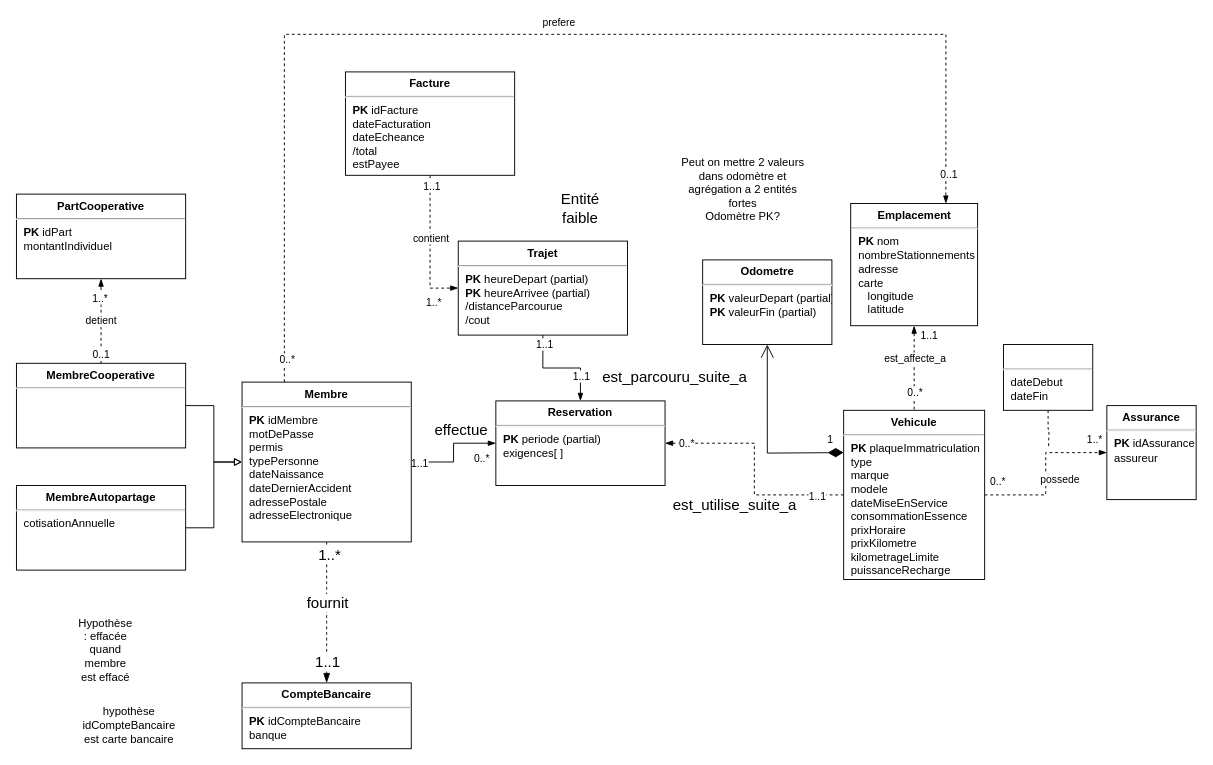
Before: page "Juliette" (2 of 2) of TP4.drawio in lyg2/Reservation-SQL, a draw.io diagram. Source tidied: cells renumbered, new cells numbered last; positions are measured from the earlier drawing's top-left corner, leaving out a move shared by most shapes. Both pictures are drawn from the tidied source at 94%, with x=0, y=0 at pixel (16, 34).
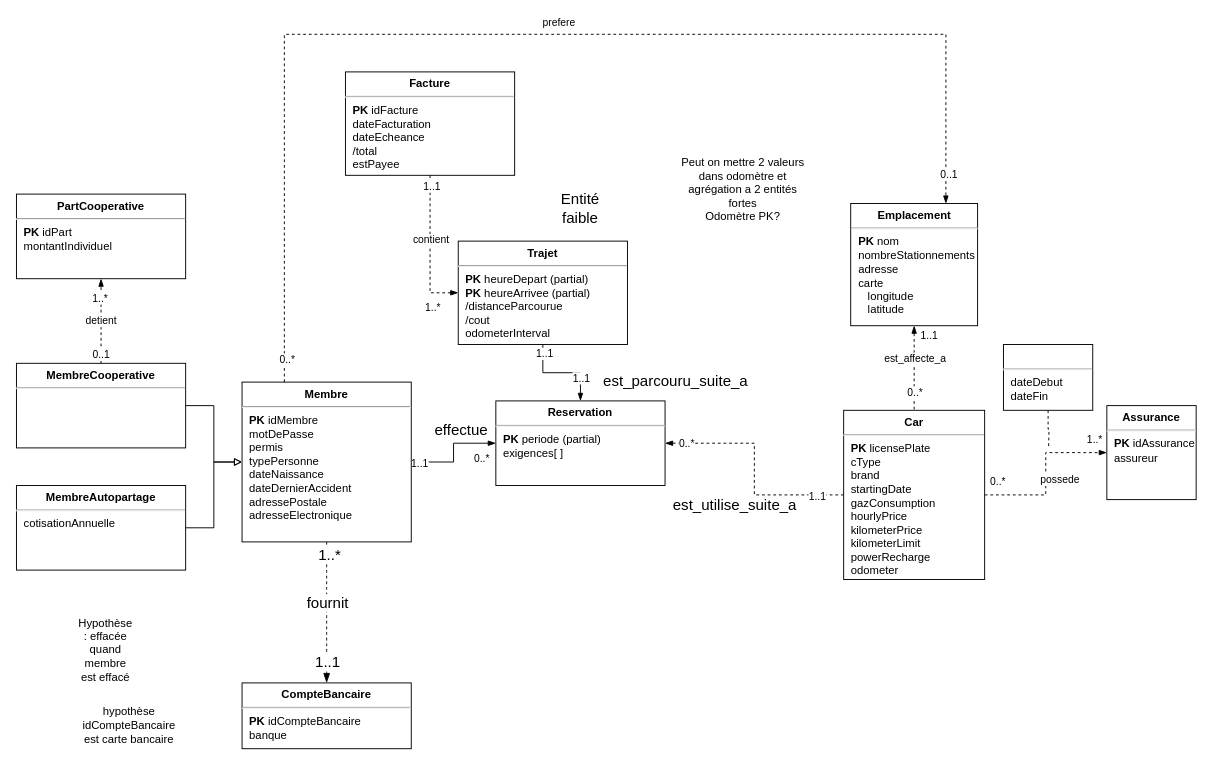
After the change.

Commit message:
Mettre à jour TP4.drawio

Diff of the diagram source:
```diff
@@
-    <mxCell id="5" value="&lt;p style=&quot;margin:0px;margin-top:6px;text-align:center;&quot;&gt;&lt;b&gt;Ve&lt;/b&gt;&lt;b style=&quot;background-color: initial;&quot;&gt;hicule&lt;/b&gt;&lt;/p&gt;&lt;hr&gt;&lt;p style=&quot;margin:0px;margin-left:8px;&quot;&gt;&lt;b&gt;PK&lt;/b&gt; plaqueImmatriculation&lt;/p&gt;&lt;p style=&quot;border-color: var(--border-color); margin: 0px 0px 0px 8px;&quot;&gt;type&lt;/p&gt;&lt;p style=&quot;border-color: var(--border-color); margin: 0px 0px 0px 8px;&quot;&gt;marque&lt;br style=&quot;border-color: var(--border-color);&quot;&gt;&lt;/p&gt;&lt;p style=&quot;border-color: var(--border-color); margin: 0px 0px 0px 8px;&quot;&gt;modele&lt;/p&gt;&lt;p style=&quot;margin:0px;margin-left:8px;&quot;&gt;dateMiseEnService&lt;/p&gt;&lt;p style=&quot;margin:0px;margin-left:8px;&quot;&gt;consommationEssence&lt;/p&gt;&lt;p style=&quot;margin:0px;margin-left:8px;&quot;&gt;prixHoraire&lt;/p&gt;&lt;p style=&quot;margin:0px;margin-left:8px;&quot;&gt;prixKilometre&lt;/p&gt;&lt;p style=&quot;margin:0px;margin-left:8px;&quot;&gt;kilometrageLimite&lt;/p&gt;&lt;p style=&quot;margin:0px;margin-left:8px;&quot;&gt;puissanceRecharge&lt;br&gt;&lt;/p&gt;&lt;p style=&quot;margin:0px;margin-left:8px;&quot;&gt;&lt;br&gt;&lt;/p&gt;" style="align=left;overflow=fill;html=1;" parent="1" vertex="1">
+    <mxCell id="5" value="&lt;p style=&quot;margin:0px;margin-top:6px;text-align:center;&quot;&gt;&lt;b&gt;Car&lt;/b&gt;&lt;/p&gt;&lt;hr&gt;&lt;p style=&quot;margin:0px;margin-left:8px;&quot;&gt;&lt;b&gt;PK&lt;/b&gt; licensePlate&lt;/p&gt;&lt;p style=&quot;border-color: var(--border-color); margin: 0px 0px 0px 8px;&quot;&gt;cType&lt;/p&gt;&lt;p style=&quot;border-color: var(--border-color); margin: 0px 0px 0px 8px;&quot;&gt;brand&lt;/p&gt;&lt;p style=&quot;margin:0px;margin-left:8px;&quot;&gt;startingDate&lt;/p&gt;&lt;p style=&quot;margin:0px;margin-left:8px;&quot;&gt;gazConsumption&lt;/p&gt;&lt;p style=&quot;margin:0px;margin-left:8px;&quot;&gt;hourlyPrice&lt;/p&gt;&lt;p style=&quot;margin:0px;margin-left:8px;&quot;&gt;kilometerPrice&lt;/p&gt;&lt;p style=&quot;margin:0px;margin-left:8px;&quot;&gt;kilometerLimit&lt;/p&gt;&lt;p style=&quot;margin:0px;margin-left:8px;&quot;&gt;powerRecharge&lt;br&gt;&lt;/p&gt;&lt;p style=&quot;margin:0px;margin-left:8px;&quot;&gt;odometer&lt;/p&gt;&lt;p style=&quot;margin:0px;margin-left:8px;&quot;&gt;&lt;br&gt;&lt;/p&gt;" style="align=left;overflow=fill;html=1;" parent="1" vertex="1">
       <mxGeometry x="880" y="400" width="150" height="180" as="geometry" />
     </mxCell>
@@
-    <mxCell id="30" value="&lt;p style=&quot;margin:0px;margin-top:6px;text-align:center;&quot;&gt;&lt;b&gt;Trajet&lt;/b&gt;&lt;/p&gt;&lt;hr&gt;&lt;p style=&quot;margin:0px;margin-left:8px;&quot;&gt;&lt;b&gt;PK&lt;/b&gt; heureDepart (partial)&lt;/p&gt;&lt;p style=&quot;margin:0px;margin-left:8px;&quot;&gt;&lt;b&gt;PK&lt;/b&gt; heureArrivee (partial)&lt;/p&gt;&lt;p style=&quot;margin:0px;margin-left:8px;&quot;&gt;/distanceParcourue&lt;/p&gt;&lt;p style=&quot;margin:0px;margin-left:8px;&quot;&gt;/cout&lt;/p&gt;" style="align=left;overflow=fill;html=1;" parent="1" vertex="1">
-      <mxGeometry x="470" y="220" width="180" height="100" as="geometry" />
+    <mxCell id="30" value="&lt;p style=&quot;margin:0px;margin-top:6px;text-align:center;&quot;&gt;&lt;b&gt;Trajet&lt;/b&gt;&lt;/p&gt;&lt;hr&gt;&lt;p style=&quot;margin:0px;margin-left:8px;&quot;&gt;&lt;b&gt;PK&lt;/b&gt; heureDepart (partial)&lt;/p&gt;&lt;p style=&quot;margin:0px;margin-left:8px;&quot;&gt;&lt;b&gt;PK&lt;/b&gt; heureArrivee (partial)&lt;/p&gt;&lt;p style=&quot;margin:0px;margin-left:8px;&quot;&gt;/distanceParcourue&lt;/p&gt;&lt;p style=&quot;margin:0px;margin-left:8px;&quot;&gt;/cout&lt;/p&gt;&lt;p style=&quot;margin:0px;margin-left:8px;&quot;&gt;odometerInterval&lt;/p&gt;" style="align=left;overflow=fill;html=1;" parent="1" vertex="1">
+      <mxGeometry x="470" y="220" width="180" height="110" as="geometry" />
     </mxCell>
-    <mxCell id="31" value="&lt;p style=&quot;margin:0px;margin-top:6px;text-align:center;&quot;&gt;&lt;b&gt;Odometre&lt;/b&gt;&lt;/p&gt;&lt;hr&gt;&lt;p style=&quot;margin:0px;margin-left:8px;&quot;&gt;&lt;b&gt;PK&lt;/b&gt; valeurDepart (partial)&lt;/p&gt;&lt;p style=&quot;margin:0px;margin-left:8px;&quot;&gt;&lt;b&gt;PK&lt;/b&gt; valeurFin (partial)&lt;/p&gt;" style="align=left;overflow=fill;html=1;" parent="1" vertex="1">
-      <mxGeometry x="730" y="240" width="137.5" height="90" as="geometry" />
-    </mxCell>
@@
-    <mxCell id="56" value="1" style="endArrow=open;html=1;endSize=12;startArrow=diamondThin;startSize=14;startFill=1;edgeStyle=orthogonalEdgeStyle;align=left;verticalAlign=bottom;rounded=0;entryX=0.5;entryY=1;entryDx=0;entryDy=0;" parent="1" edge="1" target="31">
-      <mxGeometry x="-0.81" y="-5" relative="1" as="geometry">
-        <mxPoint x="880" y="445" as="sourcePoint" />
-      </mxGeometry>
-    </mxCell>
```
